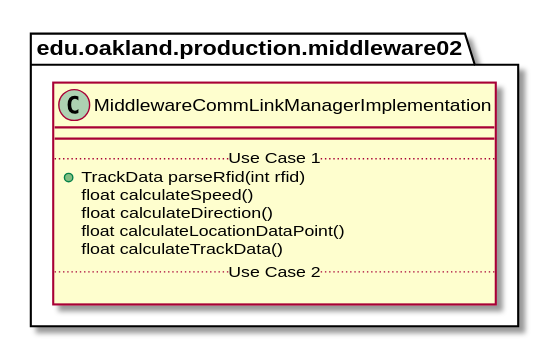
andrewdimmer/csi-3370-software-project keeps this PlantUML diagram as docs/uml-class-diagrams/middleware02/production/MiddlewareCommLinkManagerImplementation/MiddlewareCommLinkManagerImplementation.svg. Above is the earlier version.
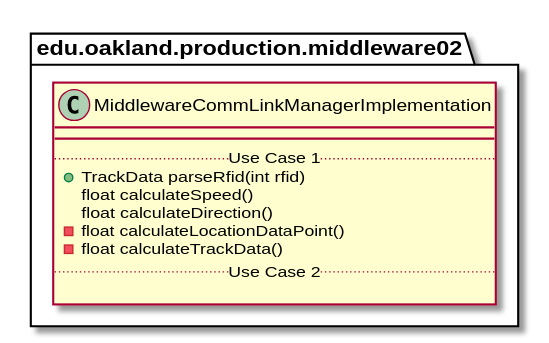
After the change.

Diff of the diagram source:
```diff
@@ -7,8 +7,8 @@
         + TrackData parseRfid(int rfid)
         float calculateSpeed()
         float calculateDirection()
-        float calculateLocationDataPoint()
-        float calculateTrackData()
+        - float calculateLocationDataPoint()
+        - float calculateTrackData()
         .. Use Case 2 ..
 
     }
```
